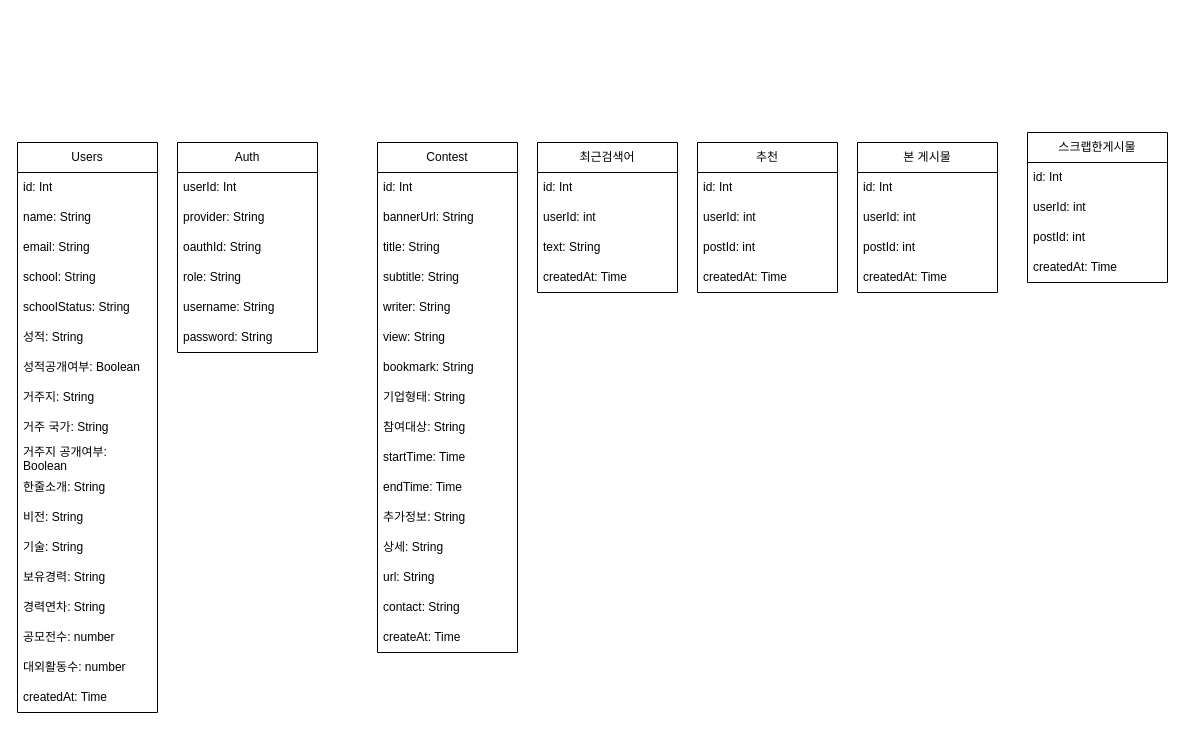
oyc0401/spring keeps this draw.io diagram as 인잡.drawio. Above is the earlier version. Source tidied: cells renumbered, new cells numbered last; positions are measured from the earlier drawing's top-left corner, leaving out a move shared by most shapes. Both pictures are drawn from the tidied source at 100%, with x=0, y=0 at pixel (17, 132).
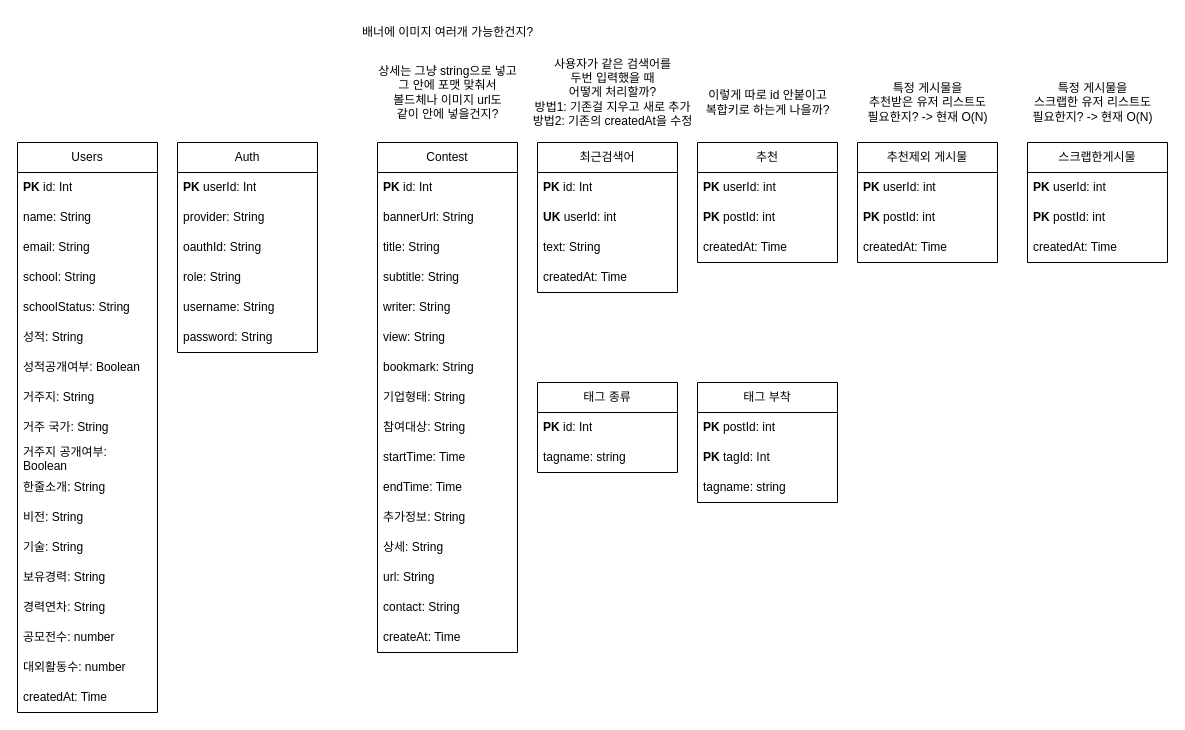
Above is the later version.

Commit message:
인잡.drawio 업데이트

The change refers to these unchanged cells:
```xml
<mxCell id="2" value="Users" style="swimlane;fontStyle=0;horizontal=1;startSize=30;whiteSpace=wrap;html=1;" parent="1" vertex="1">
  <mxGeometry y="10" width="140" height="570" as="geometry" />
</mxCell>
<mxCell id="21" value="Auth" style="swimlane;fontStyle=0;horizontal=1;startSize=30;whiteSpace=wrap;html=1;" parent="1" vertex="1">
  <mxGeometry x="160" y="10" width="140" height="210" as="geometry" />
</mxCell>
<mxCell id="28" value="Contest" style="swimlane;fontStyle=0;horizontal=1;startSize=30;whiteSpace=wrap;html=1;" parent="1" vertex="1">
  <mxGeometry x="360" y="10" width="140" height="510" as="geometry" />
</mxCell>
<mxCell id="45" value="최근검색어" style="swimlane;fontStyle=0;horizontal=1;startSize=30;whiteSpace=wrap;html=1;" parent="1" vertex="1">
  <mxGeometry x="520" y="10" width="140" height="150" as="geometry" />
</mxCell>
```

Change to the diagram source:
```diff
@@
-    <mxCell id="3" value="id: Int" style="text;strokeColor=none;fillColor=none;align=left;verticalAlign=middle;spacingLeft=4;spacingRight=4;overflow=hidden;whiteSpace=wrap;html=1;" parent="2" vertex="1">
+    <mxCell id="3" value="&lt;b&gt;PK&lt;/b&gt; id: Int" style="text;strokeColor=none;fillColor=none;align=left;verticalAlign=middle;spacingLeft=4;spacingRight=4;overflow=hidden;whiteSpace=wrap;html=1;" parent="2" vertex="1">
       <mxGeometry y="30" width="140" height="30" as="geometry" />
     </mxCell>
@@
-    <mxCell id="22" value="userId: Int" style="text;strokeColor=none;fillColor=none;align=left;verticalAlign=middle;spacingLeft=4;spacingRight=4;overflow=hidden;whiteSpace=wrap;html=1;" parent="21" vertex="1">
+    <mxCell id="22" value="&lt;b&gt;PK&amp;nbsp;&lt;/b&gt;userId: Int" style="text;strokeColor=none;fillColor=none;align=left;verticalAlign=middle;spacingLeft=4;spacingRight=4;overflow=hidden;whiteSpace=wrap;html=1;" parent="21" vertex="1">
       <mxGeometry y="30" width="140" height="30" as="geometry" />
     </mxCell>
@@
-    <mxCell id="29" value="id: Int" style="text;strokeColor=none;fillColor=none;align=left;verticalAlign=middle;spacingLeft=4;spacingRight=4;overflow=hidden;whiteSpace=wrap;html=1;" parent="28" vertex="1">
+    <mxCell id="29" value="&lt;b&gt;PK&amp;nbsp;&lt;/b&gt;id: Int" style="text;strokeColor=none;fillColor=none;align=left;verticalAlign=middle;spacingLeft=4;spacingRight=4;overflow=hidden;whiteSpace=wrap;html=1;" parent="28" vertex="1">
       <mxGeometry y="30" width="140" height="30" as="geometry" />
     </mxCell>
@@
-    <mxCell id="46" value="id: Int" style="text;strokeColor=none;fillColor=none;align=left;verticalAlign=middle;spacingLeft=4;spacingRight=4;overflow=hidden;whiteSpace=wrap;html=1;" parent="45" vertex="1">
+    <mxCell id="46" value="&lt;b&gt;PK&amp;nbsp;&lt;/b&gt;id: Int" style="text;strokeColor=none;fillColor=none;align=left;verticalAlign=middle;spacingLeft=4;spacingRight=4;overflow=hidden;whiteSpace=wrap;html=1;" parent="45" vertex="1">
       <mxGeometry y="30" width="140" height="30" as="geometry" />
     </mxCell>
-    <mxCell id="47" value="&lt;span style=&quot;background-color: transparent; color: light-dark(rgb(0, 0, 0), rgb(255, 255, 255));&quot;&gt;userId: int&lt;/span&gt;" style="text;strokeColor=none;fillColor=none;align=left;verticalAlign=middle;spacingLeft=4;spacingRight=4;overflow=hidden;whiteSpace=wrap;html=1;" parent="45" vertex="1">
+    <mxCell id="47" value="&lt;span style=&quot;background-color: transparent; color: light-dark(rgb(0, 0, 0), rgb(255, 255, 255));&quot;&gt;&lt;b&gt;UK&lt;/b&gt; userId: int&lt;/span&gt;" style="text;strokeColor=none;fillColor=none;align=left;verticalAlign=middle;spacingLeft=4;spacingRight=4;overflow=hidden;whiteSpace=wrap;html=1;" parent="45" vertex="1">
       <mxGeometry y="60" width="140" height="30" as="geometry" />
     </mxCell>
@@
     <mxCell id="50" value="추천" style="swimlane;fontStyle=0;horizontal=1;startSize=30;whiteSpace=wrap;html=1;" parent="1" vertex="1">
-      <mxGeometry x="680" y="10" width="140" height="150" as="geometry" />
+      <mxGeometry x="680" y="10" width="140" height="120" as="geometry" />
     </mxCell>
-    <mxCell id="51" value="id: Int" style="text;strokeColor=none;fillColor=none;align=left;verticalAlign=middle;spacingLeft=4;spacingRight=4;overflow=hidden;whiteSpace=wrap;html=1;" parent="50" vertex="1">
-      <mxGeometry y="30" width="140" height="30" as="geometry" />
-    </mxCell>
-    <mxCell id="52" value="&lt;span style=&quot;background-color: transparent; color: light-dark(rgb(0, 0, 0), rgb(255, 255, 255));&quot;&gt;userId: int&lt;/span&gt;" style="text;strokeColor=none;fillColor=none;align=left;verticalAlign=middle;spacingLeft=4;spacingRight=4;overflow=hidden;whiteSpace=wrap;html=1;" parent="50" vertex="1">
-      <mxGeometry y="60" width="140" height="30" as="geometry" />
+    <mxCell id="52" value="&lt;b&gt;PK&amp;nbsp;&lt;/b&gt;&lt;span style=&quot;background-color: transparent; color: light-dark(rgb(0, 0, 0), rgb(255, 255, 255));&quot;&gt;userId: int&lt;/span&gt;" style="text;strokeColor=none;fillColor=none;align=left;verticalAlign=middle;spacingLeft=4;spacingRight=4;overflow=hidden;whiteSpace=wrap;html=1;" parent="50" vertex="1">
+      <mxGeometry y="30" width="140" height="30" as="geometry" />
     </mxCell>
-    <mxCell id="53" value="postId: int" style="text;strokeColor=none;fillColor=none;align=left;verticalAlign=middle;spacingLeft=4;spacingRight=4;overflow=hidden;whiteSpace=wrap;html=1;" parent="50" vertex="1">
-      <mxGeometry y="90" width="140" height="30" as="geometry" />
+    <mxCell id="53" value="&lt;b&gt;PK&amp;nbsp;&lt;/b&gt;postId: int" style="text;strokeColor=none;fillColor=none;align=left;verticalAlign=middle;spacingLeft=4;spacingRight=4;overflow=hidden;whiteSpace=wrap;html=1;" parent="50" vertex="1">
+      <mxGeometry y="60" width="140" height="30" as="geometry" />
     </mxCell>
     <mxCell id="54" value="created&lt;span style=&quot;background-color: transparent; color: light-dark(rgb(0, 0, 0), rgb(255, 255, 255));&quot;&gt;At: Time&lt;/span&gt;" style="text;strokeColor=none;fillColor=none;align=left;verticalAlign=middle;spacingLeft=4;spacingRight=4;overflow=hidden;whiteSpace=wrap;html=1;" parent="50" vertex="1">
-      <mxGeometry y="120" width="140" height="30" as="geometry" />
+      <mxGeometry y="90" width="140" height="30" as="geometry" />
     </mxCell>
     <mxCell id="55" value="스크랩한게시물" style="swimlane;fontStyle=0;horizontal=1;startSize=30;whiteSpace=wrap;html=1;" parent="1" vertex="1">
-      <mxGeometry x="1010" width="140" height="150" as="geometry" />
+      <mxGeometry x="1010" y="10" width="140" height="120" as="geometry" />
     </mxCell>
-    <mxCell id="56" value="id: Int" style="text;strokeColor=none;fillColor=none;align=left;verticalAlign=middle;spacingLeft=4;spacingRight=4;overflow=hidden;whiteSpace=wrap;html=1;" parent="55" vertex="1">
-      <mxGeometry y="30" width="140" height="30" as="geometry" />
-    </mxCell>
-    <mxCell id="57" value="&lt;span style=&quot;background-color: transparent; color: light-dark(rgb(0, 0, 0), rgb(255, 255, 255));&quot;&gt;userId: int&lt;/span&gt;" style="text;strokeColor=none;fillColor=none;align=left;verticalAlign=middle;spacingLeft=4;spacingRight=4;overflow=hidden;whiteSpace=wrap;html=1;" parent="55" vertex="1">
-      <mxGeometry y="60" width="140" height="30" as="geometry" />
+    <mxCell id="57" value="&lt;b&gt;PK&amp;nbsp;&lt;/b&gt;&lt;span style=&quot;background-color: transparent; color: light-dark(rgb(0, 0, 0), rgb(255, 255, 255));&quot;&gt;userId: int&lt;/span&gt;" style="text;strokeColor=none;fillColor=none;align=left;verticalAlign=middle;spacingLeft=4;spacingRight=4;overflow=hidden;whiteSpace=wrap;html=1;" parent="55" vertex="1">
+      <mxGeometry y="30" width="140" height="30" as="geometry" />
     </mxCell>
-    <mxCell id="58" value="&lt;span style=&quot;background-color: transparent; color: light-dark(rgb(0, 0, 0), rgb(255, 255, 255));&quot;&gt;postId: int&lt;/span&gt;" style="text;strokeColor=none;fillColor=none;align=left;verticalAlign=middle;spacingLeft=4;spacingRight=4;overflow=hidden;whiteSpace=wrap;html=1;" parent="55" vertex="1">
-      <mxGeometry y="90" width="140" height="30" as="geometry" />
+    <mxCell id="58" value="&lt;b&gt;PK&amp;nbsp;&lt;/b&gt;&lt;span style=&quot;background-color: transparent; color: light-dark(rgb(0, 0, 0), rgb(255, 255, 255));&quot;&gt;postId: int&lt;/span&gt;" style="text;strokeColor=none;fillColor=none;align=left;verticalAlign=middle;spacingLeft=4;spacingRight=4;overflow=hidden;whiteSpace=wrap;html=1;" parent="55" vertex="1">
+      <mxGeometry y="60" width="140" height="30" as="geometry" />
     </mxCell>
     <mxCell id="59" value="created&lt;span style=&quot;background-color: transparent; color: light-dark(rgb(0, 0, 0), rgb(255, 255, 255));&quot;&gt;At: Time&lt;/span&gt;" style="text;strokeColor=none;fillColor=none;align=left;verticalAlign=middle;spacingLeft=4;spacingRight=4;overflow=hidden;whiteSpace=wrap;html=1;" parent="55" vertex="1">
-      <mxGeometry y="120" width="140" height="30" as="geometry" />
+      <mxGeometry y="90" width="140" height="30" as="geometry" />
     </mxCell>
-    <mxCell id="60" value="본 게시물" style="swimlane;fontStyle=0;horizontal=1;startSize=30;whiteSpace=wrap;html=1;" parent="1" vertex="1">
-      <mxGeometry x="840" y="10" width="140" height="150" as="geometry" />
+    <mxCell id="60" value="추천제외 게시물" style="swimlane;fontStyle=0;horizontal=1;startSize=30;whiteSpace=wrap;html=1;" parent="1" vertex="1">
+      <mxGeometry x="840" y="10" width="140" height="120" as="geometry" />
     </mxCell>
-    <mxCell id="61" value="id: Int" style="text;strokeColor=none;fillColor=none;align=left;verticalAlign=middle;spacingLeft=4;spacingRight=4;overflow=hidden;whiteSpace=wrap;html=1;" parent="60" vertex="1">
-      <mxGeometry y="30" width="140" height="30" as="geometry" />
-    </mxCell>
-    <mxCell id="62" value="&lt;span style=&quot;background-color: transparent; color: light-dark(rgb(0, 0, 0), rgb(255, 255, 255));&quot;&gt;userId: int&lt;/span&gt;" style="text;strokeColor=none;fillColor=none;align=left;verticalAlign=middle;spacingLeft=4;spacingRight=4;overflow=hidden;whiteSpace=wrap;html=1;" parent="60" vertex="1">
-      <mxGeometry y="60" width="140" height="30" as="geometry" />
+    <mxCell id="62" value="&lt;div&gt;&lt;b style=&quot;background-color: transparent; color: light-dark(rgb(0, 0, 0), rgb(255, 255, 255));&quot;&gt;PK&lt;/b&gt;&lt;span style=&quot;background-color: transparent; color: light-dark(rgb(0, 0, 0), rgb(255, 255, 255));&quot;&gt;&amp;nbsp;userId: int&lt;/span&gt;&lt;/div&gt;" style="text;strokeColor=none;fillColor=none;align=left;verticalAlign=middle;spacingLeft=4;spacingRight=4;overflow=hidden;whiteSpace=wrap;html=1;" parent="60" vertex="1">
+      <mxGeometry y="30" width="140" height="30" as="geometry" />
     </mxCell>
-    <mxCell id="63" value="postId: int" style="text;strokeColor=none;fillColor=none;align=left;verticalAlign=middle;spacingLeft=4;spacingRight=4;overflow=hidden;whiteSpace=wrap;html=1;" parent="60" vertex="1">
-      <mxGeometry y="90" width="140" height="30" as="geometry" />
+    <mxCell id="63" value="&lt;b&gt;PK&amp;nbsp;&lt;/b&gt;postId: int" style="text;strokeColor=none;fillColor=none;align=left;verticalAlign=middle;spacingLeft=4;spacingRight=4;overflow=hidden;whiteSpace=wrap;html=1;" parent="60" vertex="1">
+      <mxGeometry y="60" width="140" height="30" as="geometry" />
     </mxCell>
     <mxCell id="64" value="created&lt;span style=&quot;background-color: transparent; color: light-dark(rgb(0, 0, 0), rgb(255, 255, 255));&quot;&gt;At: Time&lt;/span&gt;" style="text;strokeColor=none;fillColor=none;align=left;verticalAlign=middle;spacingLeft=4;spacingRight=4;overflow=hidden;whiteSpace=wrap;html=1;" parent="60" vertex="1">
-      <mxGeometry y="120" width="140" height="30" as="geometry" />
+      <mxGeometry y="90" width="140" height="30" as="geometry" />
     </mxCell>
+    <mxCell id="65" value="특정 게시물을&lt;div&gt;스크랩한 유저 리스트도&lt;/div&gt;&lt;div&gt;필요한지? -&amp;gt; 현재 O(N)&lt;/div&gt;" style="text;html=1;align=center;verticalAlign=middle;strokeColor=none;fillColor=none;" parent="1" vertex="1">
+      <mxGeometry x="1005" y="-60" width="140" height="60" as="geometry" />
+    </mxCell>
+    <mxCell id="66" value="특정 게시물을&lt;div&gt;추천받은 유저 리스트도&lt;/div&gt;&lt;div&gt;필요한지? -&amp;gt; 현재 O(N)&lt;/div&gt;" style="text;html=1;align=center;verticalAlign=middle;strokeColor=none;fillColor=none;" parent="1" vertex="1">
+      <mxGeometry x="840" y="-60" width="140" height="60" as="geometry" />
+    </mxCell>
+    <mxCell id="67" value="사용자가 같은 검색어를&lt;br&gt;두번 입력했을 때&lt;br&gt;어떻게 처리할까?&lt;br&gt;방법1: 기존걸 지우고 새로 추가&lt;br&gt;방법2: 기존의 createdAt을 수정" style="text;html=1;align=center;verticalAlign=middle;strokeColor=none;fillColor=none;" parent="1" vertex="1">
+      <mxGeometry x="505" y="-85" width="180" height="90" as="geometry" />
+    </mxCell>
+    <mxCell id="68" value="태그 종류" style="swimlane;fontStyle=0;horizontal=1;startSize=30;whiteSpace=wrap;html=1;" parent="1" vertex="1">
+      <mxGeometry x="520" y="250" width="140" height="90" as="geometry" />
+    </mxCell>
+    <mxCell id="69" value="&lt;b&gt;PK&amp;nbsp;&lt;/b&gt;id: Int" style="text;strokeColor=none;fillColor=none;align=left;verticalAlign=middle;spacingLeft=4;spacingRight=4;overflow=hidden;whiteSpace=wrap;html=1;" parent="68" vertex="1">
+      <mxGeometry y="30" width="140" height="30" as="geometry" />
+    </mxCell>
+    <mxCell id="70" value="tagname: string" style="text;strokeColor=none;fillColor=none;align=left;verticalAlign=middle;spacingLeft=4;spacingRight=4;overflow=hidden;whiteSpace=wrap;html=1;" parent="68" vertex="1">
+      <mxGeometry y="60" width="140" height="30" as="geometry" />
+    </mxCell>
+    <mxCell id="71" value="태그 부착" style="swimlane;fontStyle=0;horizontal=1;startSize=30;whiteSpace=wrap;html=1;" parent="1" vertex="1">
+      <mxGeometry x="680" y="250" width="140" height="120" as="geometry" />
+    </mxCell>
+    <mxCell id="72" value="&lt;b&gt;PK&amp;nbsp;&lt;/b&gt;postId: int" style="text;strokeColor=none;fillColor=none;align=left;verticalAlign=middle;spacingLeft=4;spacingRight=4;overflow=hidden;whiteSpace=wrap;html=1;" parent="71" vertex="1">
+      <mxGeometry y="30" width="140" height="30" as="geometry" />
+    </mxCell>
+    <mxCell id="73" value="&lt;b&gt;PK&amp;nbsp;&lt;/b&gt;tagId: Int" style="text;strokeColor=none;fillColor=none;align=left;verticalAlign=middle;spacingLeft=4;spacingRight=4;overflow=hidden;whiteSpace=wrap;html=1;" parent="71" vertex="1">
+      <mxGeometry y="60" width="140" height="30" as="geometry" />
+    </mxCell>
+    <mxCell id="74" value="tagname: string" style="text;strokeColor=none;fillColor=none;align=left;verticalAlign=middle;spacingLeft=4;spacingRight=4;overflow=hidden;whiteSpace=wrap;html=1;" parent="71" vertex="1">
+      <mxGeometry y="90" width="140" height="30" as="geometry" />
+    </mxCell>
+    <mxCell id="75" value="이렇게 따로 id 안붙이고&lt;br&gt;복합키로 하는게 나을까?" style="text;html=1;align=center;verticalAlign=middle;strokeColor=none;fillColor=none;" parent="1" vertex="1">
+      <mxGeometry x="680" y="-50" width="140" height="40" as="geometry" />
+    </mxCell>
+    <mxCell id="76" value="배너에 이미지 여러개 가능한건지?" style="text;html=1;align=center;verticalAlign=middle;strokeColor=none;fillColor=none;" parent="1" vertex="1">
+      <mxGeometry x="335" y="-115" width="190" height="30" as="geometry" />
+    </mxCell>
+    <mxCell id="77" value="상세는 그냥 string으로 넣고&lt;br&gt;그 안에 포맷 맞춰서&lt;br&gt;볼드체나 이미지 url도&lt;br&gt;같이 안에 넣을건지?" style="text;html=1;align=center;verticalAlign=middle;strokeColor=none;fillColor=none;" parent="1" vertex="1">
+      <mxGeometry x="350" y="-75" width="160" height="70" as="geometry" />
+    </mxCell>
```
